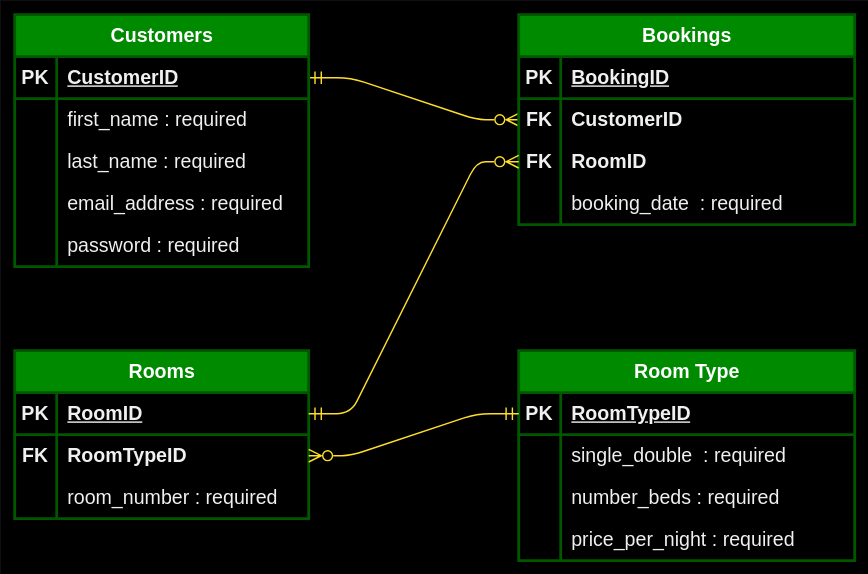
This is readme/erd-tremaine-inn.svg from redfoxofwealden/tremaine-inn-booking-system, a draw.io export, as it was before one commit. Source tidied: cells renumbered, new cells last; positions are measured from the earlier drawing's top-left corner, leaving out a move shared by most shapes.
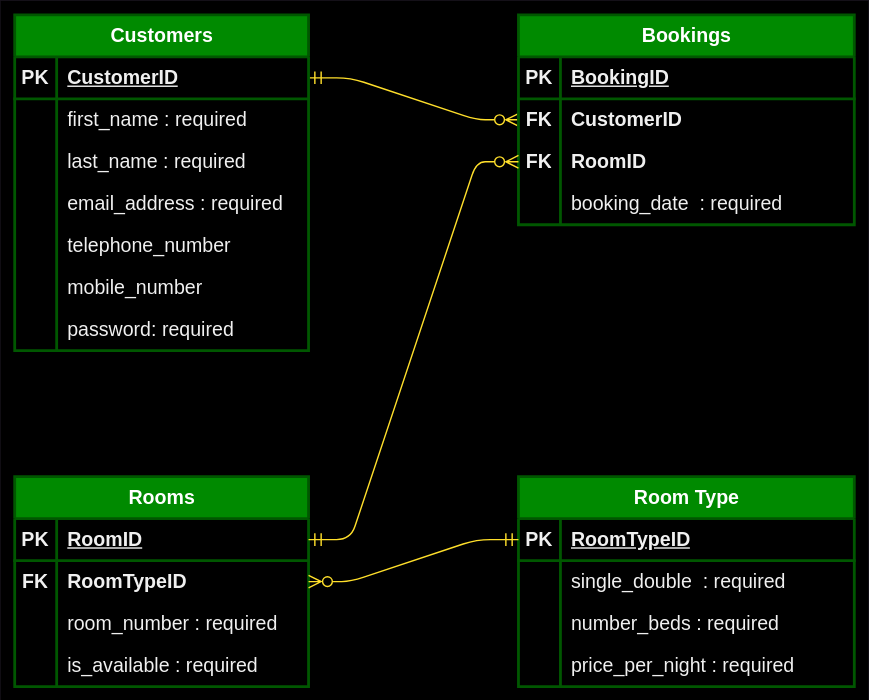
The same diagram one commit later.

Commit message:
docs: add links user stories and epics; update erd-tremaine-inn.svg file

The edit, as a diff of the source:
```diff
@@ -3,13 +3,13 @@
     <mxCell id="0" />
     <mxCell id="1" parent="0" />
     <mxCell id="2" style="rounded=0;whiteSpace=wrap;html=1;fillColor=#000000;strokeColor=none;" parent="1" vertex="1">
-      <mxGeometry width="620" height="410" as="geometry" />
+      <mxGeometry width="620" height="500" as="geometry" />
     </mxCell>
     <mxCell id="3" style="edgeStyle=entityRelationEdgeStyle;fontSize=14;html=1;endArrow=ERzeroToMany;startArrow=ERmandOne;rounded=1;endFill=0;curved=0;exitX=1;exitY=0.5;exitDx=0;exitDy=0;entryX=0;entryY=0.5;entryDx=0;entryDy=0;strokeColor=#FFDF2B;strokeWidth=1;endSize=7;startSize=7;" parent="1" edge="1" source="5" target="37">
       <mxGeometry relative="1" as="geometry" />
     </mxCell>
     <mxCell id="4" value="Customers" style="shape=table;startSize=30;rowLines=0;fontStyle=1;align=center;html=1;fillColor=#008a00;strokeColor=#005700;fontColor=#ffffff;strokeWidth=2;fontSize=14;" parent="1" vertex="1">
-      <mxGeometry x="10" y="10" width="210" height="180" as="geometry" />
+      <mxGeometry x="10" y="10" width="210" height="240" as="geometry" />
     </mxCell>
     <mxCell id="5" style="shape=tableRow;horizontal=0;startSize=0;swimlaneHead=0;swimlaneBody=0;fillColor=none;points=[[0,0.5],[1,0.5]];portConstraint=eastwest;top=0;left=0;right=0;bottom=1;strokeWidth=2;strokeColor=#005700;fontSize=14;" parent="4" vertex="1">
       <mxGeometry y="30" width="210" height="30" as="geometry" />
@@ -53,11 +53,29 @@
     <mxCell id="18" style="shape=partialRectangle;fillColor=none;top=0;left=0;bottom=0;right=0;overflow=hidden;whiteSpace=wrap;html=1;fontSize=14;" parent="17" vertex="1">
       <mxGeometry width="30" height="30" as="geometry" />
     </mxCell>
-    <mxCell id="19" value="password : required" style="shape=partialRectangle;fillColor=none;top=0;left=0;bottom=0;right=0;align=left;spacingLeft=6;overflow=hidden;whiteSpace=wrap;html=1;fontSize=14;" parent="17" vertex="1">
+    <mxCell id="19" value="telephone_number" style="shape=partialRectangle;fillColor=none;top=0;left=0;bottom=0;right=0;align=left;spacingLeft=6;overflow=hidden;whiteSpace=wrap;html=1;fontSize=14;" parent="17" vertex="1">
       <mxGeometry x="30" width="180" height="30" as="geometry" />
     </mxCell>
+    <mxCell id="58" style="shape=tableRow;horizontal=0;startSize=0;swimlaneHead=0;swimlaneBody=0;fillColor=none;top=0;left=0;right=0;bottom=0;fontSize=14;" parent="4" vertex="1">
+      <mxGeometry y="180" width="210" height="30" as="geometry" />
+    </mxCell>
+    <mxCell id="59" style="shape=partialRectangle;fillColor=none;top=0;left=0;bottom=0;right=0;overflow=hidden;whiteSpace=wrap;html=1;fontSize=14;" parent="58" vertex="1">
+      <mxGeometry width="30" height="30" as="geometry" />
+    </mxCell>
+    <mxCell id="60" value="mobile_number" style="shape=partialRectangle;fillColor=none;top=0;left=0;bottom=0;right=0;align=left;spacingLeft=6;overflow=hidden;whiteSpace=wrap;html=1;fontSize=14;" parent="58" vertex="1">
+      <mxGeometry x="30" width="180" height="30" as="geometry" />
+    </mxCell>
+    <mxCell id="61" style="shape=tableRow;horizontal=0;startSize=0;swimlaneHead=0;swimlaneBody=0;fillColor=none;top=0;left=0;right=0;bottom=0;fontSize=14;" parent="4" vertex="1">
+      <mxGeometry y="210" width="210" height="30" as="geometry" />
+    </mxCell>
+    <mxCell id="62" style="shape=partialRectangle;fillColor=none;top=0;left=0;bottom=0;right=0;overflow=hidden;whiteSpace=wrap;html=1;fontSize=14;" parent="61" vertex="1">
+      <mxGeometry width="30" height="30" as="geometry" />
+    </mxCell>
+    <mxCell id="63" value="password: required" style="shape=partialRectangle;fillColor=none;top=0;left=0;bottom=0;right=0;align=left;spacingLeft=6;overflow=hidden;whiteSpace=wrap;html=1;fontSize=14;" parent="61" vertex="1">
+      <mxGeometry x="30" width="180" height="30" as="geometry" />
+    </mxCell>
     <mxCell id="20" value="Room Type" style="shape=table;startSize=30;rowLines=0;fontStyle=1;align=center;html=1;fillColor=#008a00;strokeColor=#005700;fontColor=#ffffff;strokeWidth=2;fontSize=14;" parent="1" vertex="1">
-      <mxGeometry x="370" y="250" width="240" height="150" as="geometry" />
+      <mxGeometry x="370" y="340" width="240" height="150" as="geometry" />
     </mxCell>
     <mxCell id="21" style="shape=tableRow;horizontal=0;startSize=0;swimlaneHead=0;swimlaneBody=0;fillColor=none;points=[[0,0.5],[1,0.5]];portConstraint=eastwest;top=0;left=0;right=0;bottom=1;strokeWidth=2;strokeColor=#005700;fontSize=14;" parent="20" vertex="1">
       <mxGeometry y="30" width="240" height="30" as="geometry" />
@@ -135,7 +153,7 @@
       <mxGeometry x="30" width="210" height="30" as="geometry" />
     </mxCell>
     <mxCell id="46" value="Rooms" style="shape=table;startSize=30;rowLines=0;fontStyle=1;align=center;html=1;fillColor=#008a00;strokeColor=#005700;fontColor=#ffffff;strokeWidth=2;fontSize=14;" parent="1" vertex="1">
-      <mxGeometry x="10" y="250" width="210" height="120" as="geometry" />
+      <mxGeometry x="10" y="340" width="210" height="150" as="geometry" />
     </mxCell>
     <mxCell id="47" style="shape=tableRow;horizontal=0;startSize=0;swimlaneHead=0;swimlaneBody=0;fillColor=none;points=[[0,0.5],[1,0.5]];portConstraint=eastwest;top=0;left=0;right=0;bottom=1;strokeWidth=2;strokeColor=#005700;fontSize=14;" parent="46" vertex="1">
       <mxGeometry y="30" width="210" height="30" as="geometry" />
@@ -164,6 +182,15 @@
     <mxCell id="55" value="room_number : required" style="shape=partialRectangle;fillColor=none;top=0;left=0;bottom=0;right=0;align=left;spacingLeft=6;overflow=hidden;whiteSpace=wrap;html=1;fontSize=14;" parent="53" vertex="1">
       <mxGeometry x="30" width="180" height="30" as="geometry" />
     </mxCell>
+    <mxCell id="64" style="shape=tableRow;horizontal=0;startSize=0;swimlaneHead=0;swimlaneBody=0;fillColor=none;top=0;left=0;right=0;bottom=0;fontSize=14;" parent="46" vertex="1">
+      <mxGeometry y="120" width="210" height="30" as="geometry" />
+    </mxCell>
+    <mxCell id="65" style="shape=partialRectangle;fillColor=none;top=0;left=0;bottom=0;right=0;overflow=hidden;whiteSpace=wrap;html=1;fontSize=14;" parent="64" vertex="1">
+      <mxGeometry width="30" height="30" as="geometry" />
+    </mxCell>
+    <mxCell id="66" value="is_available : required" style="shape=partialRectangle;fillColor=none;top=0;left=0;bottom=0;right=0;align=left;spacingLeft=6;overflow=hidden;whiteSpace=wrap;html=1;fontSize=14;" parent="64" vertex="1">
+      <mxGeometry x="30" width="180" height="30" as="geometry" />
+    </mxCell>
     <mxCell id="56" style="edgeStyle=entityRelationEdgeStyle;fontSize=12;html=1;endArrow=ERzeroToMany;startArrow=ERmandOne;rounded=1;exitX=1;exitY=0.5;exitDx=0;exitDy=0;entryX=0;entryY=0.5;entryDx=0;entryDy=0;endFill=0;curved=0;strokeColor=#FFDF2B;endSize=7;startSize=7;" parent="1" edge="1" source="47" target="40">
       <mxGeometry relative="1" as="geometry" />
     </mxCell>
```
